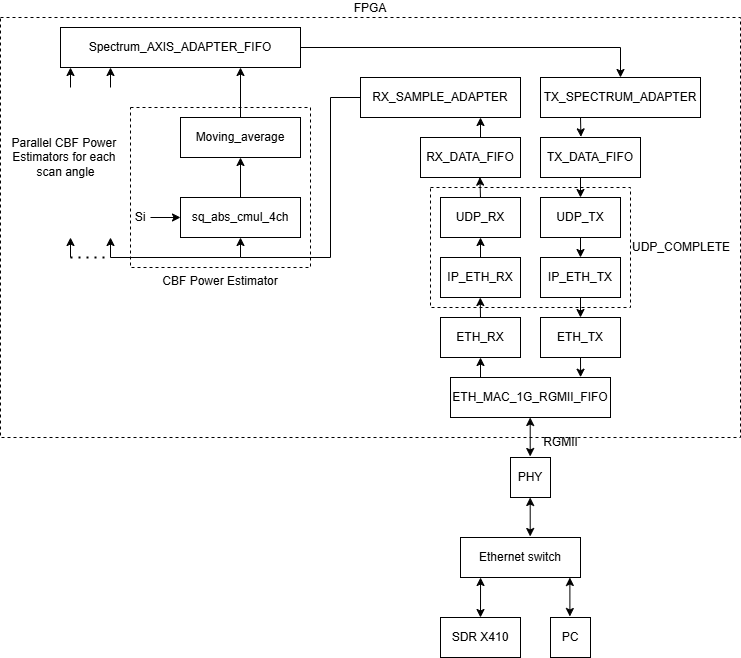
This is gitfigures/system_design/fpga/fpgamvp.png from Niclasapdk/esd5_project, a draw.io export, as it was before one commit. Source tidied: cells renumbered, new cells last; positions are measured from the earlier drawing's top-left corner, leaving out a move shared by most shapes.
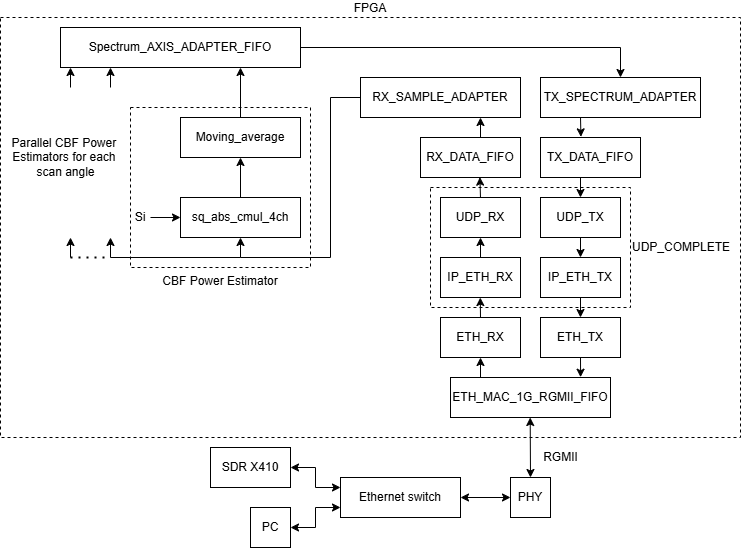
After the change.

Commit message:
update fpgamvp illustration

What changed in the source:
```diff
@@ -9,16 +9,25 @@
       <mxGeometry x="130" y="90" width="180" height="160" as="geometry" />
     </mxCell>
     <mxCell id="4" value="PC" style="rounded=0;whiteSpace=wrap;html=1;rotation=0;" parent="1" vertex="1">
-      <mxGeometry x="550" y="600" width="40" height="40" as="geometry" />
+      <mxGeometry x="250" y="490" width="40" height="40" as="geometry" />
     </mxCell>
+    <mxCell id="51" style="edgeStyle=orthogonalEdgeStyle;rounded=0;jettySize=auto;html=1;exitX=1;exitY=0.5;exitDx=0;exitDy=0;entryX=0;entryY=0.5;entryDx=0;entryDy=0;startArrow=classic;startFill=1;" parent="1" edge="1" source="5" target="6">
+      <mxGeometry relative="1" as="geometry" />
+    </mxCell>
+    <mxCell id="52" style="edgeStyle=orthogonalEdgeStyle;rounded=0;jettySize=auto;html=1;exitX=0;exitY=0.25;exitDx=0;exitDy=0;entryX=1;entryY=0.5;entryDx=0;entryDy=0;startArrow=classic;startFill=1;" parent="1" edge="1" source="5" target="7">
+      <mxGeometry relative="1" as="geometry" />
+    </mxCell>
+    <mxCell id="53" style="edgeStyle=orthogonalEdgeStyle;rounded=0;jettySize=auto;html=1;exitX=0;exitY=0.75;exitDx=0;exitDy=0;entryX=1;entryY=0.5;entryDx=0;entryDy=0;startArrow=classic;startFill=1;" parent="1" edge="1" source="5" target="4">
+      <mxGeometry relative="1" as="geometry" />
+    </mxCell>
     <mxCell id="5" value="Ethernet switch" style="rounded=0;whiteSpace=wrap;html=1;labelPosition=center;verticalLabelPosition=middle;align=center;verticalAlign=middle;rotation=0;" parent="1" vertex="1">
-      <mxGeometry x="460" y="520" width="120" height="40" as="geometry" />
+      <mxGeometry x="340" y="460" width="120" height="40" as="geometry" />
     </mxCell>
     <mxCell id="6" value="PHY" style="rounded=0;whiteSpace=wrap;html=1;rotation=0;" parent="1" vertex="1">
-      <mxGeometry x="510" y="440" width="40" height="40" as="geometry" />
+      <mxGeometry x="510" y="460" width="40" height="40" as="geometry" />
     </mxCell>
     <mxCell id="7" value="SDR X410" style="rounded=0;whiteSpace=wrap;html=1;rotation=0;" parent="1" vertex="1">
-      <mxGeometry x="440" y="600" width="80" height="40" as="geometry" />
+      <mxGeometry x="210" y="430" width="80" height="40" as="geometry" />
     </mxCell>
     <mxCell id="8" style="edgeStyle=orthogonalEdgeStyle;rounded=0;jettySize=auto;html=1;exitX=0.25;exitY=0;exitDx=0;exitDy=0;entryX=0.5;entryY=1;entryDx=0;entryDy=0;" parent="1" edge="1" source="9" target="11">
       <mxGeometry relative="1" as="geometry" />
@@ -74,22 +83,9 @@
     <mxCell id="23" value="Spectrum_AXIS_ADAPTER_FIFO" style="rounded=0;whiteSpace=wrap;html=1;rotation=0;" parent="1" vertex="1">
       <mxGeometry x="60" y="10" width="240" height="40" as="geometry" />
     </mxCell>
-    <mxCell id="24" style="endArrow=classic;startArrow=classic;html=1;rounded=0;entryX=0.5;entryY=0;entryDx=0;entryDy=0;exitX=0.137;exitY=1.02;exitDx=0;exitDy=0;exitPerimeter=0;" parent="1" edge="1">
-      <mxGeometry relative="1" as="geometry">
-        <mxPoint x="569.4" y="560" as="sourcePoint" />
-        <mxPoint x="569.4" y="599" as="targetPoint" />
-      </mxGeometry>
-    </mxCell>
-    <mxCell id="25" style="endArrow=classic;startArrow=classic;html=1;rounded=0;entryX=0.5;entryY=0;entryDx=0;entryDy=0;exitX=0.137;exitY=1.02;exitDx=0;exitDy=0;exitPerimeter=0;" parent="1" edge="1">
-      <mxGeometry relative="1" as="geometry">
-        <mxPoint x="529.7" y="480" as="sourcePoint" />
-        <mxPoint x="529.7" y="519" as="targetPoint" />
-      </mxGeometry>
-    </mxCell>
-    <mxCell id="26" style="endArrow=classic;startArrow=classic;html=1;rounded=0;entryX=0.5;entryY=0;entryDx=0;entryDy=0;exitX=0.137;exitY=1.02;exitDx=0;exitDy=0;exitPerimeter=0;" parent="1" edge="1">
+    <mxCell id="26" style="endArrow=classic;startArrow=classic;html=1;rounded=0;entryX=0.5;entryY=0;entryDx=0;entryDy=0;exitX=0.137;exitY=1.02;exitDx=0;exitDy=0;exitPerimeter=0;" parent="1" edge="1" target="6">
       <mxGeometry relative="1" as="geometry">
         <mxPoint x="529.7" y="400" as="sourcePoint" />
-        <mxPoint x="529.7" y="439" as="targetPoint" />
       </mxGeometry>
     </mxCell>
     <mxCell id="27" style="edgeStyle=orthogonalEdgeStyle;rounded=0;jettySize=auto;html=1;exitX=0.5;exitY=0;exitDx=0;exitDy=0;entryX=0.5;entryY=1;entryDx=0;entryDy=0;" parent="1" edge="1" source="28" target="31">
@@ -135,7 +131,7 @@
       <mxGeometry relative="1" as="geometry" />
     </mxCell>
     <mxCell id="41" value="RGMII" style="text;html=1;align=center;verticalAlign=middle;strokeColor=none;fillColor=none;" parent="1" vertex="1">
-      <mxGeometry x="530" y="410" width="60" height="30" as="geometry" />
+      <mxGeometry x="530" y="425" width="60" height="30" as="geometry" />
     </mxCell>
     <mxCell id="42" style="endArrow=classic;html=1;rounded=0;" parent="1" edge="1">
       <mxGeometry relative="1" as="geometry">
@@ -179,8 +175,5 @@
     <mxCell id="49" value="FPGA" style="rounded=0;whiteSpace=wrap;html=1;fillColor=none;dashed=1;labelPosition=center;verticalLabelPosition=top;align=center;verticalAlign=bottom;rotation=0;" parent="1" vertex="1">
       <mxGeometry width="740" height="420" as="geometry" />
     </mxCell>
-    <mxCell id="50" style="edgeStyle=orthogonalEdgeStyle;rounded=0;jettySize=auto;html=1;exitX=0.5;exitY=0;exitDx=0;exitDy=0;entryX=0.167;entryY=1;entryDx=0;entryDy=0;entryPerimeter=0;startArrow=classic;startFill=1;" parent="1" edge="1" source="7" target="5">
-      <mxGeometry relative="1" as="geometry" />
-    </mxCell>
   </root>
 </mxGraphModel>
```
